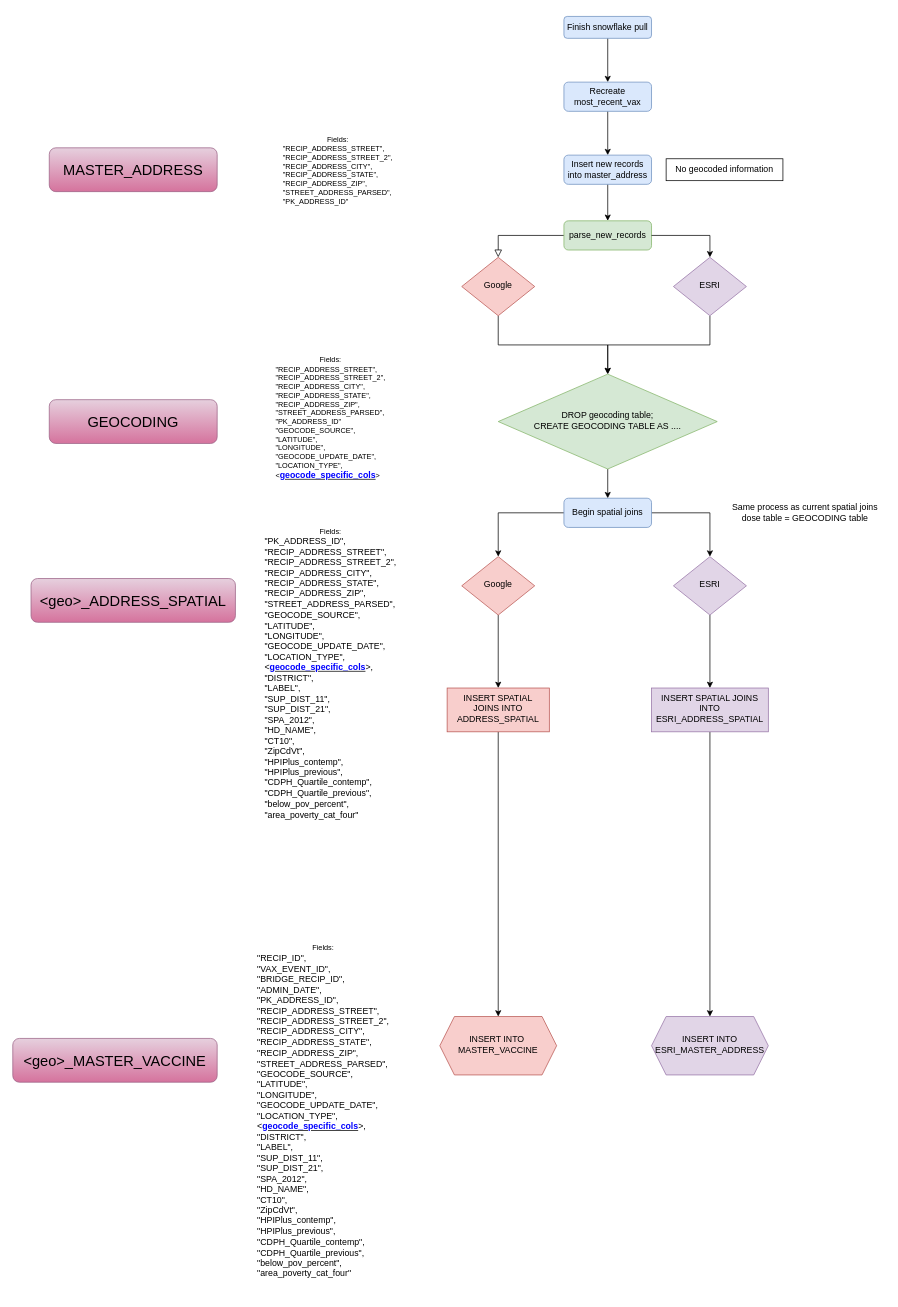
The draw.io diagram new_addy_diagram.drawio in Primordial-Haggis/LA_county_vax_etl_workflow, before the edit. Source tidied: cells renumbered, new cells numbered last; positions are measured from the earlier drawing's top-left corner, leaving out a move shared by most shapes. Both pictures are drawn from the tidied source at 73%, with x=0, y=0 at pixel (12, 16).
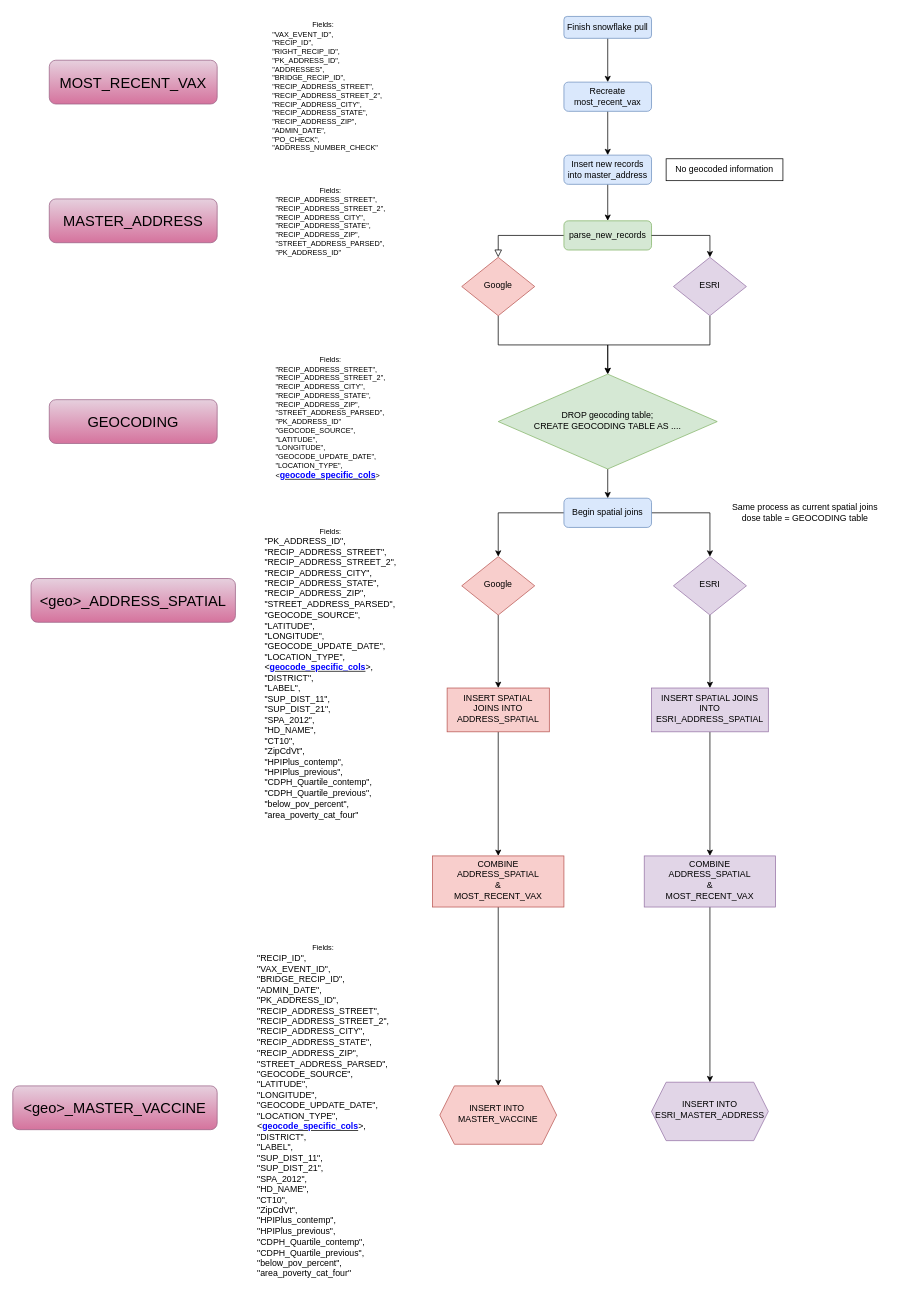
The same diagram, later.

Commit message:
add most_recent_vax new_addy_diagram.drawio

Unchanged cells that the change refers to:
```xml
<mxCell id="29" value="INSERT SPATIAL JOINS INTO ADDRESS_SPATIAL" style="whiteSpace=wrap;html=1;fillColor=#f8cecc;strokeColor=#b85450;shadow=0;strokeWidth=1;spacing=6;spacingTop=-4;" parent="1" vertex="1">
  <mxGeometry x="595" y="920" width="140" height="60" as="geometry" />
</mxCell>
<mxCell id="31" value="INSERT SPATIAL JOINS INTO ESRI_ADDRESS_SPATIAL" style="whiteSpace=wrap;html=1;fillColor=#e1d5e7;strokeColor=#9673a6;shadow=0;strokeWidth=1;spacing=6;spacingTop=-4;" parent="1" vertex="1">
  <mxGeometry x="875" y="920" width="160" height="60" as="geometry" />
</mxCell>
```

Diff of the diagram source:
```diff
@@
     <mxCell id="25" value="&lt;font style=&quot;font-size: 10px;&quot;&gt;Fields:&lt;br&gt;&lt;/font&gt;&lt;div style=&quot;text-align: left; font-size: 10px;&quot;&gt;&lt;font style=&quot;font-size: 10px;&quot;&gt;&quot;RECIP_ADDRESS_STREET&quot;,&lt;/font&gt;&lt;/div&gt;&lt;div style=&quot;text-align: left; font-size: 10px;&quot;&gt;&lt;font style=&quot;font-size: 10px;&quot;&gt;&quot;RECIP_ADDRESS_STREET_2&quot;,&lt;/font&gt;&lt;/div&gt;&lt;div style=&quot;text-align: left; font-size: 10px;&quot;&gt;&lt;font style=&quot;font-size: 10px;&quot;&gt;&quot;RECIP_ADDRESS_CITY&quot;,&lt;/font&gt;&lt;/div&gt;&lt;div style=&quot;text-align: left; font-size: 10px;&quot;&gt;&lt;font style=&quot;font-size: 10px;&quot;&gt;&quot;RECIP_ADDRESS_STATE&quot;,&lt;/font&gt;&lt;/div&gt;&lt;div style=&quot;text-align: left; font-size: 10px;&quot;&gt;&lt;font style=&quot;font-size: 10px;&quot;&gt;&quot;RECIP_ADDRESS_ZIP&quot;,&lt;/font&gt;&lt;/div&gt;&lt;div style=&quot;text-align: left; font-size: 10px;&quot;&gt;&lt;font style=&quot;font-size: 10px;&quot;&gt;&quot;STREET_ADDRESS_PARSED&quot;,&lt;/font&gt;&lt;/div&gt;&lt;div style=&quot;text-align: left; font-size: 10px;&quot;&gt;&lt;font style=&quot;font-size: 10px;&quot;&gt;&quot;PK_ADDRESS_ID&quot;&lt;/font&gt;&lt;/div&gt;" style="text;html=1;align=center;verticalAlign=middle;strokeColor=none;fillColor=none;" parent="1" vertex="1">
-      <mxGeometry x="355" y="155" width="180" height="110" as="geometry" />
+      <mxGeometry x="345" y="225" width="180" height="110" as="geometry" />
     </mxCell>
@@
-    <mxCell id="28" style="edgeStyle=orthogonalEdgeStyle;rounded=0;jettySize=auto;html=1;fontSize=12;fontColor=#0000FF;" parent="1" edge="1" source="29" target="33">
-      <mxGeometry relative="1" as="geometry" />
-    </mxCell>
+    <mxCell id="40" style="edgeStyle=orthogonalEdgeStyle;rounded=0;jettySize=auto;html=1;fontSize=20;fontColor=#000000;" parent="1" edge="1" source="29" target="45">
+      <mxGeometry relative="1" as="geometry">
+        <Array as="points">
+          <mxPoint x="665" y="1200" />
+        </Array>
+      </mxGeometry>
+    </mxCell>
@@
-    <mxCell id="30" style="edgeStyle=orthogonalEdgeStyle;rounded=0;jettySize=auto;html=1;fontSize=12;fontColor=#0000FF;" parent="1" edge="1" source="31" target="34">
-      <mxGeometry relative="1" as="geometry" />
-    </mxCell>
+    <mxCell id="41" style="edgeStyle=orthogonalEdgeStyle;rounded=0;jettySize=auto;html=1;fontSize=20;fontColor=#000000;" parent="1" edge="1" source="31" target="47">
+      <mxGeometry relative="1" as="geometry" />
+    </mxCell>
@@
-    <mxCell id="33" value="INSERT INTO&amp;nbsp;&lt;br&gt;MASTER_VACCINE" style="shape=hexagon;perimeter=hexagonPerimeter2;whiteSpace=wrap;html=1;fixedSize=1;fillColor=#f8cecc;strokeColor=#b85450;shadow=0;strokeWidth=1;spacing=6;spacingTop=-4;" parent="1" vertex="1">
-      <mxGeometry x="585" y="1370" width="160" height="80" as="geometry" />
-    </mxCell>
-    <mxCell id="34" value="INSERT INTO ESRI_MASTER_ADDRESS" style="shape=hexagon;perimeter=hexagonPerimeter2;whiteSpace=wrap;html=1;fixedSize=1;fillColor=#e1d5e7;strokeColor=#9673a6;shadow=0;strokeWidth=1;spacing=6;spacingTop=-4;" parent="1" vertex="1">
-      <mxGeometry x="875" y="1370" width="160" height="80" as="geometry" />
-    </mxCell>
     <mxCell id="35" value="&lt;font color=&quot;#000000&quot;&gt;MASTER_ADDRESS&lt;/font&gt;" style="rounded=1;whiteSpace=wrap;html=1;fontSize=20;fillColor=#e6d0de;gradientColor=#d5739d;strokeColor=#996185;" parent="1" vertex="1">
-      <mxGeometry x="50" y="180" width="230" height="60" as="geometry" />
+      <mxGeometry x="50" y="250" width="230" height="60" as="geometry" />
     </mxCell>
@@
     <mxCell id="39" value="&lt;font color=&quot;#000000&quot;&gt;&amp;lt;geo&amp;gt;_MASTER_VACCINE&lt;/font&gt;" style="rounded=1;whiteSpace=wrap;html=1;fontSize=20;fillColor=#e6d0de;gradientColor=#d5739d;strokeColor=#996185;" parent="1" vertex="1">
-      <mxGeometry y="1400" width="280" height="60" as="geometry" />
+      <mxGeometry y="1465" width="280" height="60" as="geometry" />
     </mxCell>
+    <mxCell id="42" value="&lt;font style=&quot;font-size: 10px;&quot;&gt;Fields:&lt;br&gt;&lt;/font&gt;&lt;div style=&quot;text-align: left; font-size: 10px;&quot;&gt;&lt;div&gt;&amp;nbsp; &amp;nbsp; &quot;VAX_EVENT_ID&quot;,&lt;/div&gt;&lt;div&gt;&amp;nbsp; &amp;nbsp; &quot;RECIP_ID&quot;,&lt;/div&gt;&lt;div&gt;&amp;nbsp; &amp;nbsp; &quot;RIGHT_RECIP_ID&quot;,&lt;/div&gt;&lt;div&gt;&amp;nbsp; &amp;nbsp; &quot;PK_ADDRESS_ID&quot;,&lt;/div&gt;&lt;div&gt;&amp;nbsp; &amp;nbsp; &quot;ADDRESSES&quot;,&lt;/div&gt;&lt;div&gt;&amp;nbsp; &amp;nbsp; &quot;BRIDGE_RECIP_ID&quot;,&lt;/div&gt;&lt;div&gt;&amp;nbsp; &amp;nbsp; &quot;RECIP_ADDRESS_STREET&quot;,&lt;/div&gt;&lt;div&gt;&amp;nbsp; &amp;nbsp; &quot;RECIP_ADDRESS_STREET_2&quot;,&lt;/div&gt;&lt;div&gt;&amp;nbsp; &amp;nbsp; &quot;RECIP_ADDRESS_CITY&quot;,&lt;/div&gt;&lt;div&gt;&amp;nbsp; &amp;nbsp; &quot;RECIP_ADDRESS_STATE&quot;,&lt;/div&gt;&lt;div&gt;&amp;nbsp; &amp;nbsp; &quot;RECIP_ADDRESS_ZIP&quot;,&lt;/div&gt;&lt;div&gt;&amp;nbsp; &amp;nbsp; &quot;ADMIN_DATE&quot;,&lt;/div&gt;&lt;div&gt;&amp;nbsp; &amp;nbsp; &quot;PO_CHECK&quot;,&lt;/div&gt;&lt;div&gt;&amp;nbsp; &amp;nbsp; &quot;ADDRESS_NUMBER_CHECK&quot;&lt;/div&gt;&lt;/div&gt;" style="text;html=1;align=center;verticalAlign=middle;strokeColor=none;fillColor=none;" parent="1" vertex="1">
+      <mxGeometry x="330" y="-5" width="190" height="200" as="geometry" />
+    </mxCell>
+    <mxCell id="43" value="&lt;font color=&quot;#000000&quot;&gt;MOST_RECENT_VAX&lt;/font&gt;" style="rounded=1;whiteSpace=wrap;html=1;fontSize=20;fillColor=#e6d0de;gradientColor=#d5739d;strokeColor=#996185;" parent="1" vertex="1">
+      <mxGeometry x="50" y="60" width="230" height="60" as="geometry" />
+    </mxCell>
+    <mxCell id="44" style="edgeStyle=orthogonalEdgeStyle;rounded=0;jettySize=auto;html=1;fontSize=20;fontColor=#000000;" parent="1" edge="1" source="45" target="33">
+      <mxGeometry relative="1" as="geometry" />
+    </mxCell>
+    <mxCell id="45" value="COMBINE&lt;br&gt;ADDRESS_SPATIAL&lt;br&gt;&amp;amp;&lt;br&gt;MOST_RECENT_VAX" style="whiteSpace=wrap;html=1;fillColor=#f8cecc;strokeColor=#b85450;shadow=0;strokeWidth=1;spacing=6;spacingTop=-4;" parent="1" vertex="1">
+      <mxGeometry x="575" y="1150" width="180" height="70" as="geometry" />
+    </mxCell>
+    <mxCell id="46" style="edgeStyle=orthogonalEdgeStyle;rounded=0;jettySize=auto;html=1;fontSize=20;fontColor=#000000;" parent="1" edge="1" source="47" target="34">
+      <mxGeometry relative="1" as="geometry" />
+    </mxCell>
+    <mxCell id="47" value="COMBINE&lt;br&gt;ADDRESS_SPATIAL&lt;br&gt;&amp;amp;&lt;br&gt;MOST_RECENT_VAX" style="whiteSpace=wrap;html=1;fillColor=#e1d5e7;strokeColor=#9673a6;shadow=0;strokeWidth=1;spacing=6;spacingTop=-4;" parent="1" vertex="1">
+      <mxGeometry x="865" y="1150" width="180" height="70" as="geometry" />
+    </mxCell>
+    <mxCell id="33" value="INSERT INTO&amp;nbsp;&lt;br&gt;MASTER_VACCINE" style="shape=hexagon;perimeter=hexagonPerimeter2;whiteSpace=wrap;html=1;fixedSize=1;fillColor=#f8cecc;strokeColor=#b85450;shadow=0;strokeWidth=1;spacing=6;spacingTop=-4;" parent="1" vertex="1">
+      <mxGeometry x="585" y="1465" width="160" height="80" as="geometry" />
+    </mxCell>
+    <mxCell id="34" value="INSERT INTO ESRI_MASTER_ADDRESS" style="shape=hexagon;perimeter=hexagonPerimeter2;whiteSpace=wrap;html=1;fixedSize=1;fillColor=#e1d5e7;strokeColor=#9673a6;shadow=0;strokeWidth=1;spacing=6;spacingTop=-4;" parent="1" vertex="1">
+      <mxGeometry x="875" y="1460" width="160" height="80" as="geometry" />
+    </mxCell>
```
